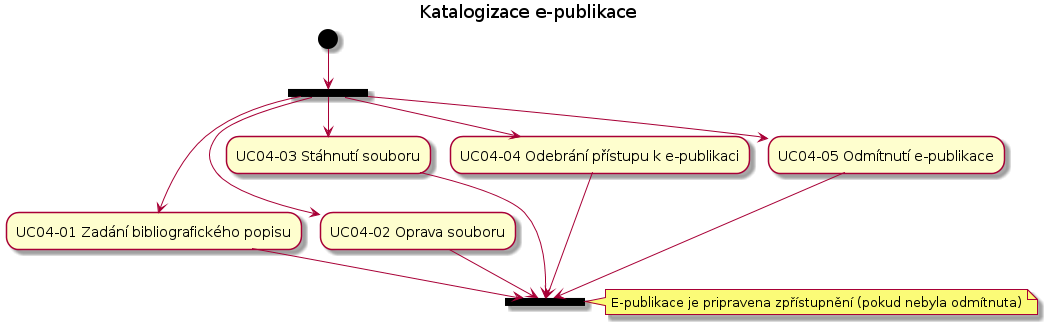
Above: docs/pm04.png in edeposit/edeposit.policy (PlantUML), before the change.
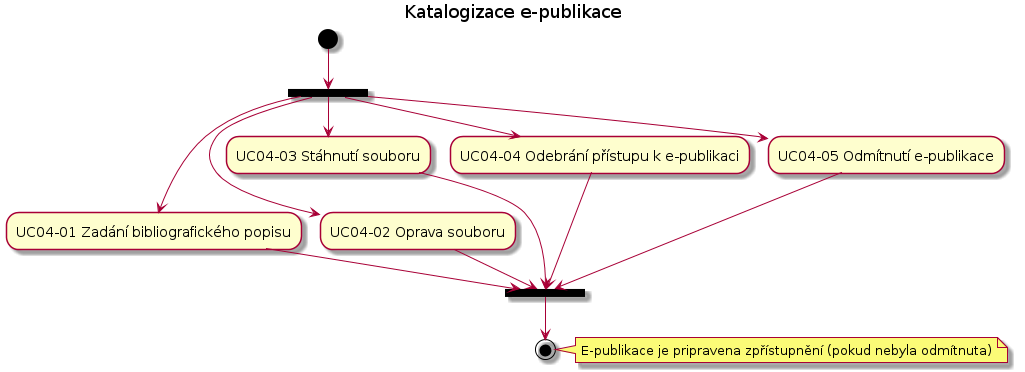
Later version of the same file.

The edit, as a diff of the source:
```diff
@@ -12,6 +12,7 @@
 "UC04-03 Stáhnutí souboru" ---> === CAT_E ===
 "UC04-04 Odebrání p?ístupu k e-publikaci" ---> === CAT_E ===
 "UC04-05 Odmítnutí e-publikace" ---> === CAT_E ===
+=== CAT_E === --> (*)
 note right
      E-publikace je pripravena zp?ístupn?ní (pokud nebyla odmítnuta)
 end note
```
